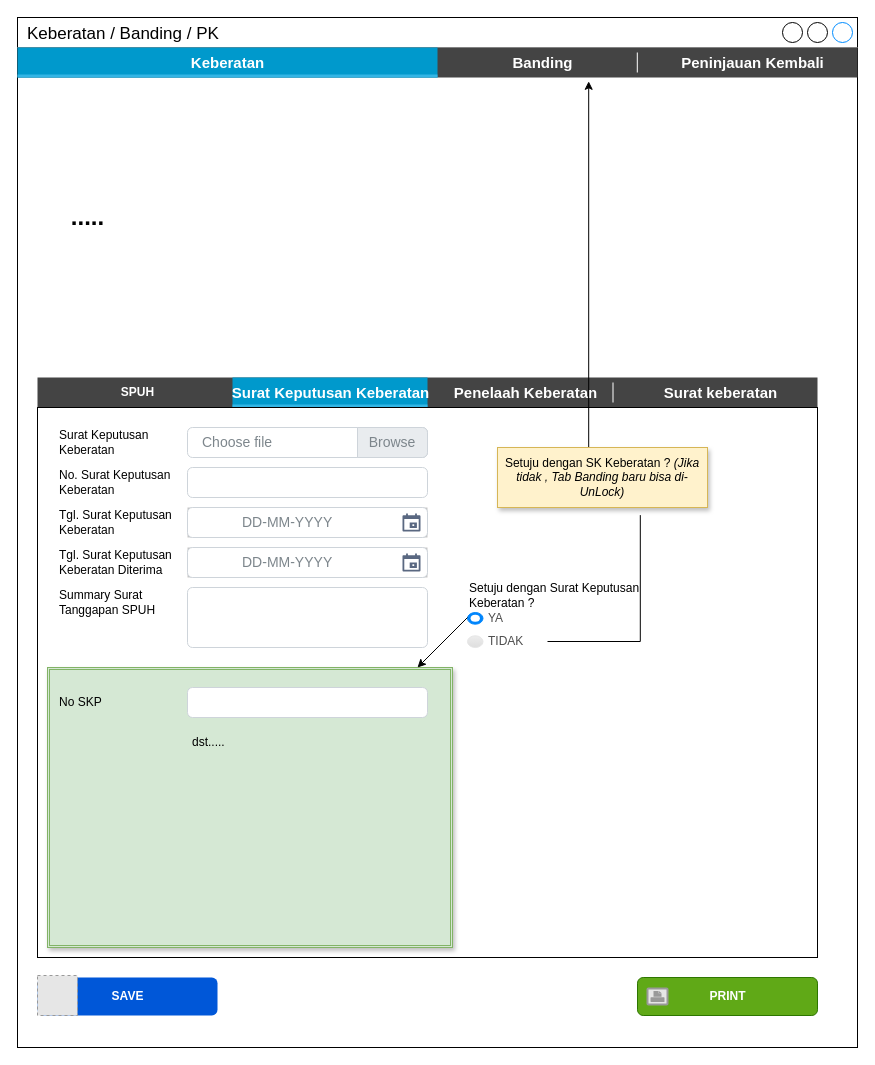
prasetyodavid/TAMS keeps this draw.io diagram as page "3.3 Keberatan_SK_Keberatan" (15 of 22) of TAMS.drawio. Above is the earlier version. Source tidied: cells renumbered, new cells numbered last; positions are measured from the earlier drawing's top-left corner, leaving out a move shared by most shapes. Both pictures are drawn from the tidied source at 100%, with x=0, y=0 at pixel (17, 17). Pictures stored in the file or linked from it are replaced by grey dashed boxes.
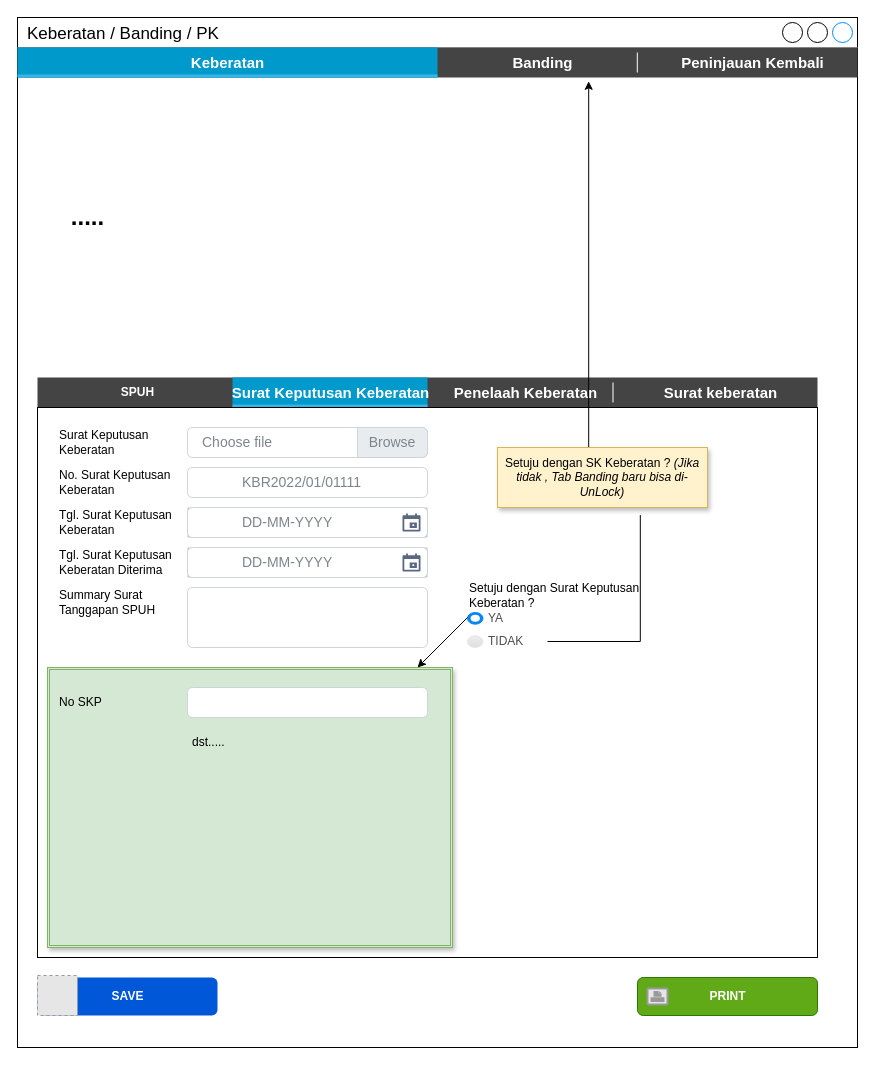
Above is the later version.

Diff of the diagram source:
```diff
@@
-    <mxCell id="30" style="html=1;shadow=0;dashed=0;shape=mxgraph.bootstrap.rrect;rSize=5;strokeColor=#CED4DA;html=1;whiteSpace=wrap;fillColor=#FFFFFF;fontColor=#7D868C;align=left;spacing=15;spacingLeft=40;fontSize=14;" parent="1" vertex="1">
+    <mxCell id="30" value="KBR2022/01/01111" style="html=1;shadow=0;dashed=0;shape=mxgraph.bootstrap.rrect;rSize=5;strokeColor=#CED4DA;html=1;whiteSpace=wrap;fillColor=#FFFFFF;fontColor=#7D868C;align=left;spacing=15;spacingLeft=40;fontSize=14;" parent="1" vertex="1">
       <mxGeometry x="170" y="450" width="240" height="30" as="geometry" />
     </mxCell>
```
